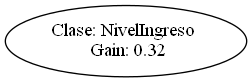
Earlier version of the Graphviz export test_output/gain_ratio.png (AlejandroFNadal/ia_decision_trees). Its source is kept beside it as test_output/gain_ratio.dot.
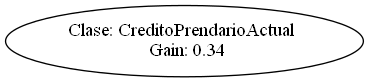
The same file after the commit.

Change to the diagram source:
```diff
@@ -1,4 +1,4 @@
 digraph {
-	0 [label="Clase: NivelIngreso
- Gain: 0.32"]
+	0 [label="Clase: CreditoPrendarioActual
+ Gain: 0.34"]
 }
```
